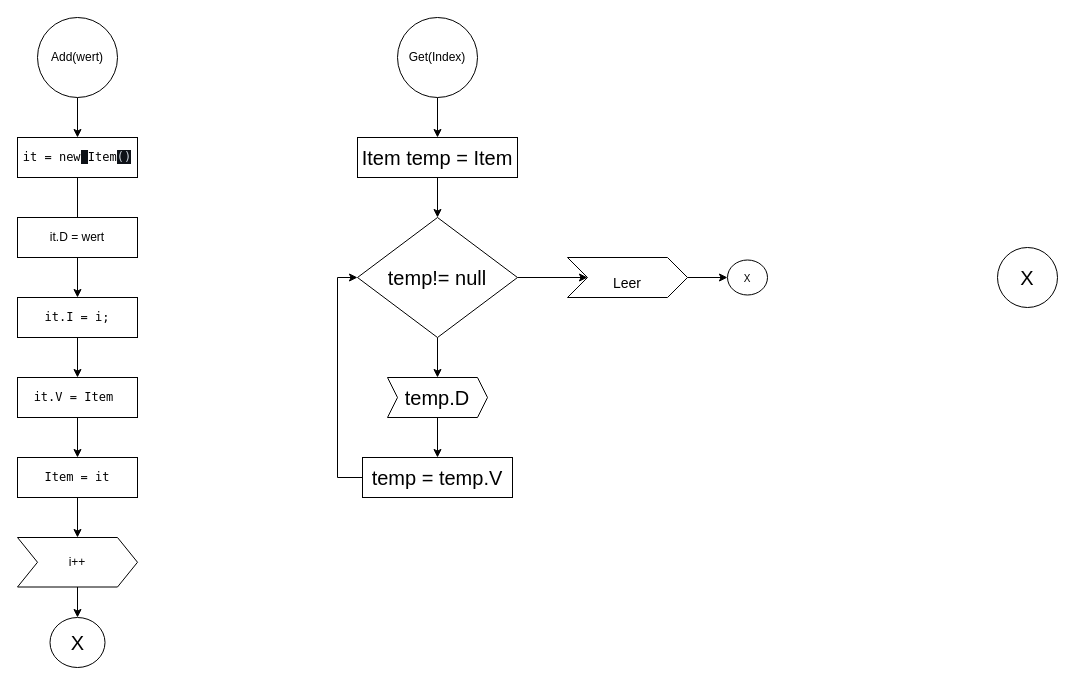
Earlier version of the draw.io diagram Linkedlist_Diagram.drawio.xml (amariwan/Stack-Queue-LinkedList). Source tidied: cells renumbered, new cells numbered last; positions are measured from the earlier drawing's top-left corner, leaving out a move shared by most shapes. Both pictures are drawn from the tidied source at 100%, with x=0, y=0 at pixel (17, 17).
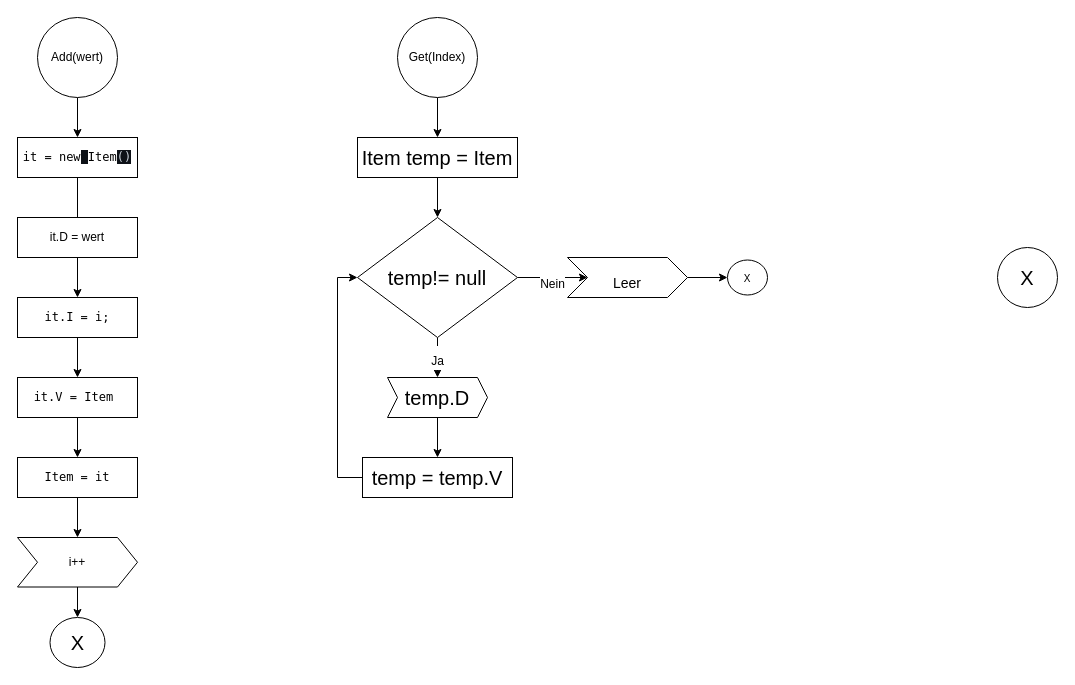
The same page after the edit.

The change refers to these unchanged cells:
```xml
<mxCell id="23" value="temp!= null" style="rhombus;whiteSpace=wrap;html=1;fontSize=20;fontColor=#000000;" parent="1" vertex="1">
  <mxGeometry x="340" y="200" width="160" height="120" as="geometry" />
</mxCell>
<mxCell id="25" value="temp.D" style="shape=step;perimeter=stepPerimeter;whiteSpace=wrap;html=1;fixedSize=1;fontSize=20;fontColor=#000000;size=10;" parent="1" vertex="1">
  <mxGeometry x="370" y="360" width="100" height="40" as="geometry" />
</mxCell>
<mxCell id="30" value="&lt;font style=&quot;font-size: 14px;&quot;&gt;Leer&lt;/font&gt;" style="shape=step;perimeter=stepPerimeter;whiteSpace=wrap;html=1;fixedSize=1;fontSize=30;fontColor=#000000;" parent="1" vertex="1">
  <mxGeometry x="550" y="240" width="120" height="40" as="geometry" />
</mxCell>
```

Diff of the diagram source:
```diff
@@
-    <mxCell id="21" style="edgeStyle=orthogonalEdgeStyle;rounded=0;jettySize=auto;html=1;fontSize=20;fontColor=#000000;" parent="1" edge="1" source="23" target="25">
+    <mxCell id="21" value="&lt;font style=&quot;font-size: 12px;&quot;&gt;Ja&lt;/font&gt;" style="edgeStyle=orthogonalEdgeStyle;rounded=0;jettySize=auto;html=1;fontSize=20;fontColor=#000000;" parent="1" edge="1" source="23" target="25">
       <mxGeometry relative="1" as="geometry" />
     </mxCell>
-    <mxCell id="22" style="edgeStyle=orthogonalEdgeStyle;rounded=0;jettySize=auto;html=1;fontSize=30;fontColor=#000000;" parent="1" edge="1" source="23" target="30">
+    <mxCell id="22" value="&lt;font style=&quot;font-size: 12px;&quot;&gt;Nein&lt;/font&gt;" style="edgeStyle=orthogonalEdgeStyle;rounded=0;jettySize=auto;html=1;fontSize=30;fontColor=#000000;" parent="1" edge="1" source="23" target="30">
       <mxGeometry relative="1" as="geometry" />
     </mxCell>
```
